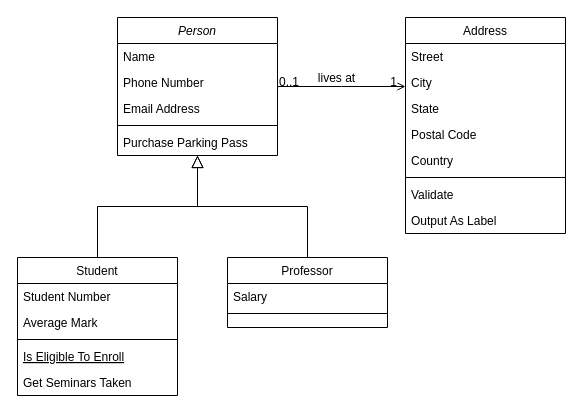
bajoski34/SimpleBrowser keeps this draw.io diagram as Untitled Diagram.drawio. Above is the earlier version. Source tidied: cells renumbered, new cells numbered last; positions are measured from the earlier drawing's top-left corner, leaving out a move shared by most shapes. Both pictures are drawn from the tidied source at 100%, with x=0, y=0 at pixel (17, 17).
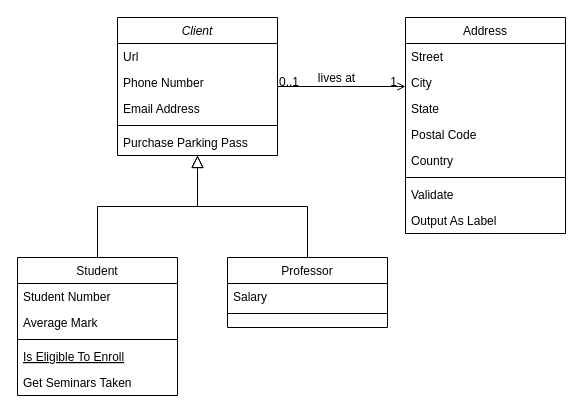
Above is the later version.

Change to the diagram source:
```diff
@@
-    <mxCell id="2" value="Person" style="swimlane;fontStyle=2;align=center;verticalAlign=top;horizontal=1;startSize=26;rounded=0;shadow=0;strokeWidth=1;" parent="1" vertex="1">
+    <mxCell id="2" value="Client" style="swimlane;fontStyle=2;align=center;verticalAlign=top;horizontal=1;startSize=26;rounded=0;shadow=0;strokeWidth=1;" parent="1" vertex="1">
       <mxGeometry x="100" width="160" height="138" as="geometry" />
     </mxCell>
-    <mxCell id="3" value="Name" style="text;align=left;verticalAlign=top;spacingLeft=4;spacingRight=4;overflow=hidden;" parent="2" vertex="1">
+    <mxCell id="3" value="Url" style="text;align=left;verticalAlign=top;spacingLeft=4;spacingRight=4;overflow=hidden;" parent="2" vertex="1">
       <mxGeometry y="26" width="160" height="26" as="geometry" />
     </mxCell>
```
